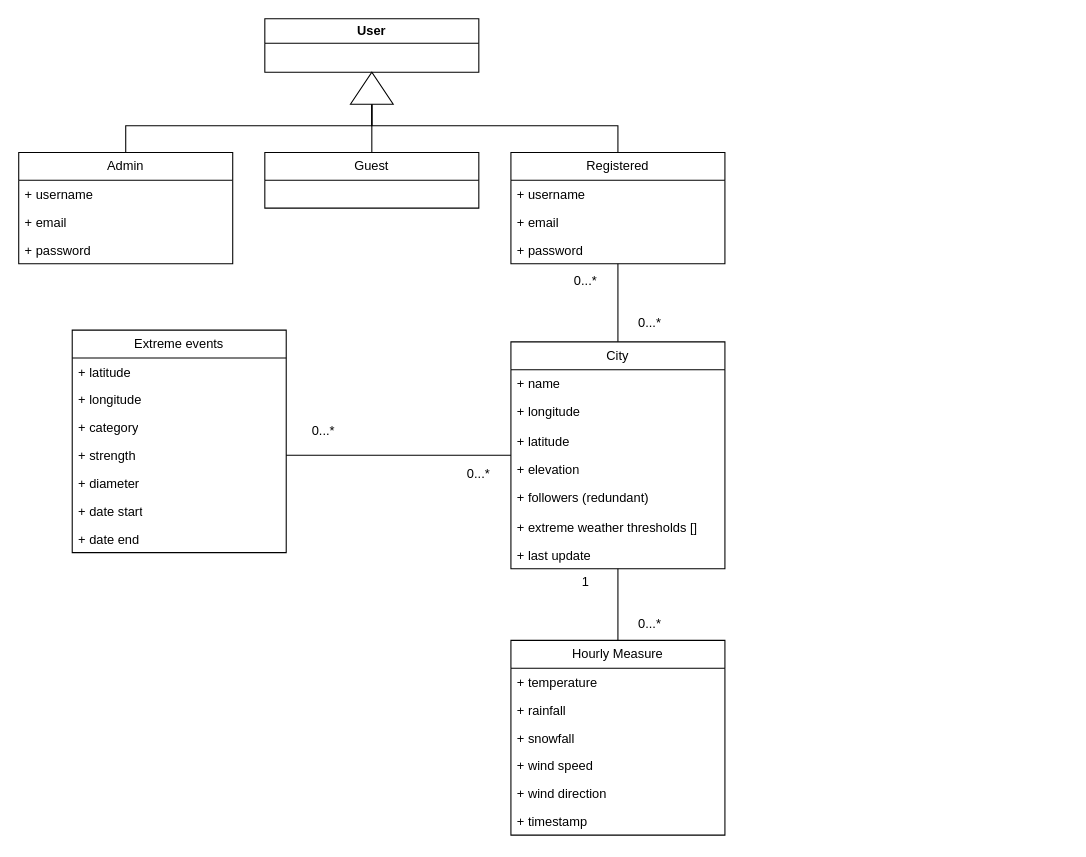
Before: uml.drawio in AlessioSmn/Italy-Weather-Prediction-App, a draw.io diagram. Source tidied: cells renumbered, new cells numbered last; positions are measured from the earlier drawing's top-left corner, leaving out a move shared by most shapes. Both pictures are drawn from the tidied source at 107%, with x=0, y=0 at pixel (18, 18).
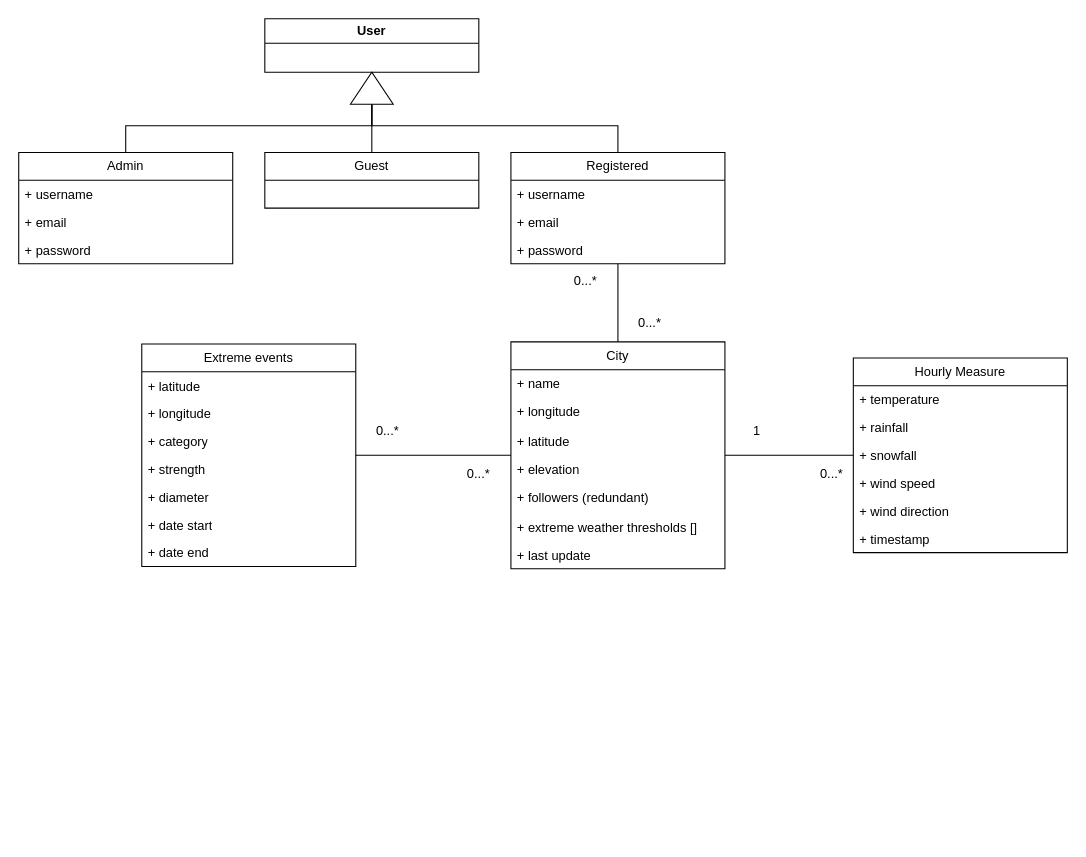
The same page after the edit.

Unchanged cells that the change refers to:
```xml
<mxCell id="13" value="+ strength" style="text;strokeColor=none;fillColor=none;align=left;verticalAlign=top;spacingLeft=4;spacingRight=4;overflow=hidden;points=[[0,0.5],[1,0.5]];portConstraint=eastwest;whiteSpace=wrap;html=1;" parent="9" vertex="1">
  <mxGeometry y="104" width="200" height="26" as="geometry" />
</mxCell>
<mxCell id="20" value="City" style="swimlane;fontStyle=0;horizontal=1;startSize=26;fillColor=none;whiteSpace=wrap;html=1;" parent="1" vertex="1">
  <mxGeometry x="460" y="302" width="200" height="212" as="geometry" />
</mxCell>
```

The edit, as a diff of the source:
```diff
@@
     <mxCell id="9" value="Extreme events" style="swimlane;fontStyle=0;horizontal=1;startSize=26;fillColor=none;whiteSpace=wrap;html=1;" parent="1" vertex="1">
-      <mxGeometry x="50" y="291" width="200" height="208" as="geometry" />
+      <mxGeometry x="115" y="304" width="200" height="208" as="geometry" />
     </mxCell>
@@
-    <mxCell id="17" style="edgeStyle=orthogonalEdgeStyle;rounded=0;jettySize=auto;html=1;endArrow=none;endFill=0;" parent="1" edge="1" source="13" target="20">
+    <mxCell id="17" style="edgeStyle=orthogonalEdgeStyle;rounded=0;jettySize=auto;html=1;endArrow=none;endFill=0;" parent="1" edge="1" source="9" target="20">
       <mxGeometry relative="1" as="geometry" />
     </mxCell>
     <mxCell id="18" value="0...*" style="text;html=1;align=center;verticalAlign=middle;whiteSpace=wrap;rounded=0;" parent="1" vertex="1">
-      <mxGeometry x="255" y="371" width="60" height="30" as="geometry" />
+      <mxGeometry x="315" y="371" width="60" height="30" as="geometry" />
     </mxCell>
@@
     <mxCell id="29" value="Hourly Measure" style="swimlane;fontStyle=0;horizontal=1;startSize=26;fillColor=none;whiteSpace=wrap;html=1;" parent="1" vertex="1">
-      <mxGeometry x="460" y="581" width="200" height="182" as="geometry" />
+      <mxGeometry x="780" y="317" width="200" height="182" as="geometry" />
     </mxCell>
@@
     <mxCell id="36" value="1" style="text;html=1;align=center;verticalAlign=middle;whiteSpace=wrap;rounded=0;" parent="1" vertex="1">
-      <mxGeometry x="500" y="512" width="60" height="30" as="geometry" />
+      <mxGeometry x="660" y="371" width="60" height="30" as="geometry" />
     </mxCell>
     <mxCell id="37" value="0...*" style="text;html=1;align=center;verticalAlign=middle;whiteSpace=wrap;rounded=0;" parent="1" vertex="1">
-      <mxGeometry x="560" y="551" width="60" height="30" as="geometry" />
+      <mxGeometry x="730" y="411" width="60" height="30" as="geometry" />
     </mxCell>
```
